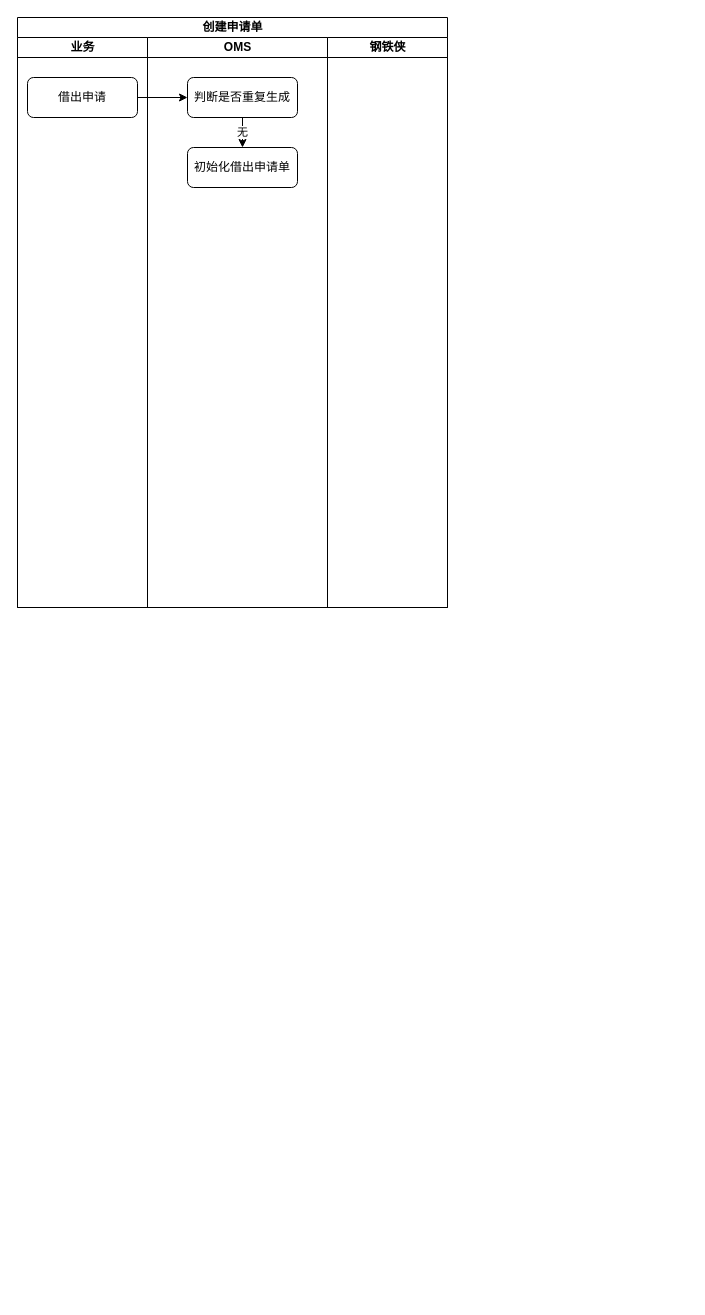
Earlier version of the draw.io diagram OMS对接借出业务.drawio (yz19930826/pics). Source tidied: cells renumbered, new cells numbered last; positions are measured from the earlier drawing's top-left corner, leaving out a move shared by most shapes. Both pictures are drawn from the tidied source at 100%, with x=0, y=0 at pixel (17, 17).
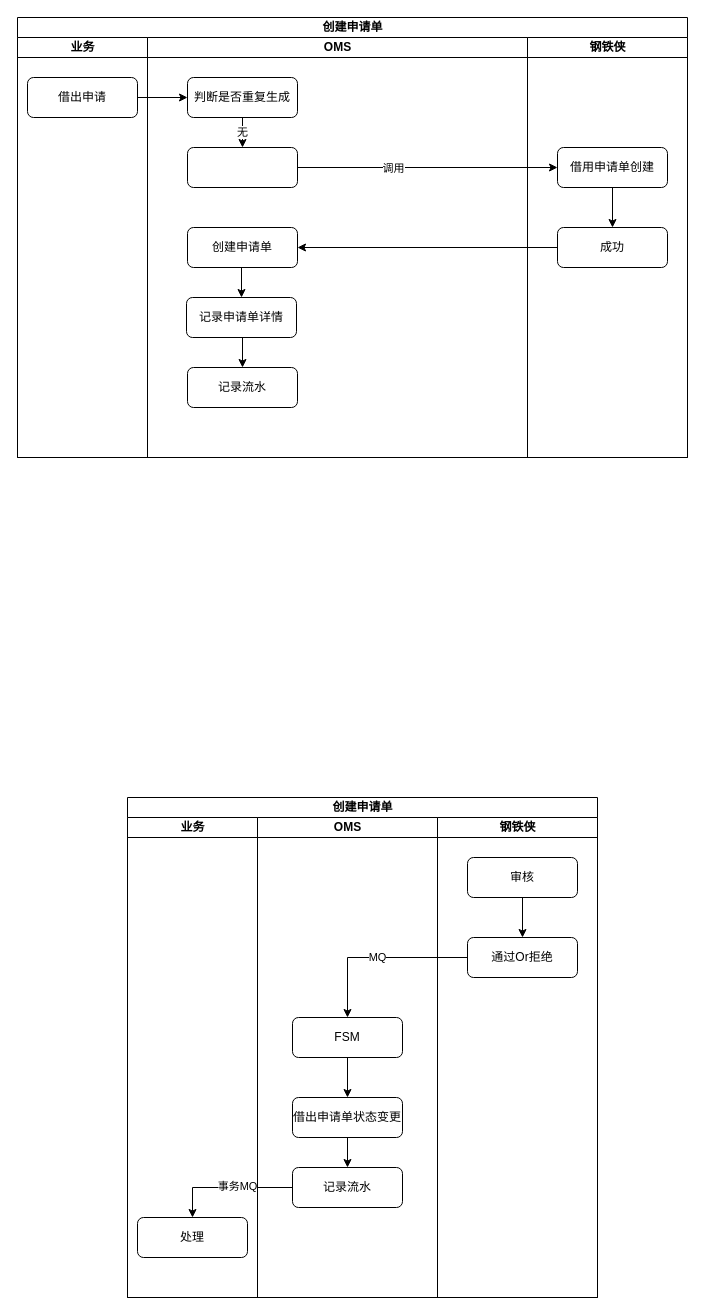
Above is the later version.

Commit message (it also covers changes not shown here):
Update OMS对接借出业务.drawio

What changed in the source:
```diff
@@
     <mxCell id="2" value="创建申请单" style="swimlane;html=1;startSize=20;rounded=0;sketch=0;" parent="1" vertex="1">
-      <mxGeometry width="430" height="590" as="geometry" />
+      <mxGeometry width="670" height="440" as="geometry" />
     </mxCell>
     <mxCell id="3" value="业务" style="swimlane;html=1;startSize=20;" parent="2" vertex="1">
-      <mxGeometry y="20" width="130" height="570" as="geometry" />
+      <mxGeometry y="20" width="130" height="420" as="geometry" />
     </mxCell>
@@
     <mxCell id="5" value="OMS" style="swimlane;html=1;startSize=20;" parent="2" vertex="1">
-      <mxGeometry x="130" y="20" width="180" height="570" as="geometry" />
+      <mxGeometry x="130" y="20" width="380" height="420" as="geometry" />
     </mxCell>
@@
-    <mxCell id="7" value="初始化借出申请单" style="rounded=1;whiteSpace=wrap;html=1;sketch=0;" parent="5" vertex="1">
+    <mxCell id="7" style="rounded=1;whiteSpace=wrap;html=1;sketch=0;" parent="5" vertex="1">
       <mxGeometry x="40" y="110" width="110" height="40" as="geometry" />
     </mxCell>
@@
+    <mxCell id="11" style="edgeStyle=orthogonalEdgeStyle;rounded=0;sketch=0;jettySize=auto;html=1;exitX=0.5;exitY=1;exitDx=0;exitDy=0;entryX=0.5;entryY=0;entryDx=0;entryDy=0;strokeColor=#000000;" parent="5" edge="1" source="12" target="15">
+      <mxGeometry relative="1" as="geometry" />
+    </mxCell>
+    <mxCell id="12" value="创建申请单" style="rounded=1;whiteSpace=wrap;html=1;sketch=0;" parent="5" vertex="1">
+      <mxGeometry x="40" y="190" width="110" height="40" as="geometry" />
+    </mxCell>
+    <mxCell id="13" value="记录流水" style="rounded=1;whiteSpace=wrap;html=1;sketch=0;" parent="5" vertex="1">
+      <mxGeometry x="40" y="330" width="110" height="40" as="geometry" />
+    </mxCell>
+    <mxCell id="14" style="edgeStyle=orthogonalEdgeStyle;rounded=0;sketch=0;jettySize=auto;html=1;exitX=0.5;exitY=1;exitDx=0;exitDy=0;entryX=0.5;entryY=0;entryDx=0;entryDy=0;strokeColor=#000000;" parent="5" edge="1" source="15" target="13">
+      <mxGeometry relative="1" as="geometry" />
+    </mxCell>
+    <mxCell id="15" value="记录申请单详情" style="rounded=1;whiteSpace=wrap;html=1;sketch=0;" parent="5" vertex="1">
+      <mxGeometry x="39" y="260" width="110" height="40" as="geometry" />
+    </mxCell>
     <mxCell id="9" value="钢铁侠" style="swimlane;html=1;startSize=20;" parent="2" vertex="1">
-      <mxGeometry x="310" y="20" width="120" height="570" as="geometry" />
+      <mxGeometry x="510" y="20" width="160" height="420" as="geometry" />
     </mxCell>
+    <mxCell id="16" value="借用申请单创建" style="rounded=1;whiteSpace=wrap;html=1;sketch=0;" parent="9" vertex="1">
+      <mxGeometry x="30" y="110" width="110" height="40" as="geometry" />
+    </mxCell>
+    <mxCell id="17" value="成功" style="rounded=1;whiteSpace=wrap;html=1;sketch=0;" parent="9" vertex="1">
+      <mxGeometry x="30" y="190" width="110" height="40" as="geometry" />
+    </mxCell>
+    <mxCell id="18" style="edgeStyle=orthogonalEdgeStyle;rounded=0;sketch=0;jettySize=auto;html=1;strokeColor=#000000;" parent="9" edge="1" source="16" target="17">
+      <mxGeometry relative="1" as="geometry" />
+    </mxCell>
@@
+    <mxCell id="19" style="edgeStyle=orthogonalEdgeStyle;rounded=0;sketch=0;jettySize=auto;html=1;strokeColor=#000000;" parent="2" edge="1" source="7" target="16">
+      <mxGeometry relative="1" as="geometry" />
+    </mxCell>
+    <mxCell id="20" value="调用" style="edgeLabel;html=1;align=center;verticalAlign=middle;" parent="19" vertex="1">
+      <mxGeometry x="-0.27" relative="1" as="geometry" />
+    </mxCell>
+    <mxCell id="21" style="edgeStyle=orthogonalEdgeStyle;rounded=0;sketch=0;jettySize=auto;html=1;strokeColor=#000000;" parent="2" edge="1" source="17" target="12">
+      <mxGeometry relative="1" as="geometry" />
+    </mxCell>
+    <mxCell id="22" value="创建申请单" style="swimlane;html=1;startSize=20;rounded=0;sketch=0;" parent="1" vertex="1">
+      <mxGeometry x="110" y="780" width="470" height="500" as="geometry" />
+    </mxCell>
+    <mxCell id="23" value="业务" style="swimlane;html=1;startSize=20;" parent="22" vertex="1">
+      <mxGeometry y="20" width="130" height="480" as="geometry" />
+    </mxCell>
+    <mxCell id="24" value="处理" style="rounded=1;whiteSpace=wrap;html=1;sketch=0;" parent="23" vertex="1">
+      <mxGeometry x="10" y="400" width="110" height="40" as="geometry" />
+    </mxCell>
+    <mxCell id="25" value="OMS" style="swimlane;html=1;startSize=20;" parent="22" vertex="1">
+      <mxGeometry x="130" y="20" width="180" height="480" as="geometry" />
+    </mxCell>
+    <mxCell id="26" value="FSM" style="rounded=1;whiteSpace=wrap;html=1;sketch=0;" parent="25" vertex="1">
+      <mxGeometry x="35" y="200" width="110" height="40" as="geometry" />
+    </mxCell>
+    <mxCell id="27" value="借出申请单状态变更" style="rounded=1;whiteSpace=wrap;html=1;sketch=0;" parent="25" vertex="1">
+      <mxGeometry x="35" y="280" width="110" height="40" as="geometry" />
+    </mxCell>
+    <mxCell id="28" style="edgeStyle=orthogonalEdgeStyle;rounded=0;sketch=0;jettySize=auto;html=1;strokeColor=#000000;" parent="25" edge="1" source="26" target="27">
+      <mxGeometry relative="1" as="geometry" />
+    </mxCell>
+    <mxCell id="29" value="记录流水" style="rounded=1;whiteSpace=wrap;html=1;sketch=0;" parent="25" vertex="1">
+      <mxGeometry x="35" y="350" width="110" height="40" as="geometry" />
+    </mxCell>
+    <mxCell id="30" style="edgeStyle=orthogonalEdgeStyle;rounded=0;sketch=0;jettySize=auto;html=1;strokeColor=#000000;" parent="25" edge="1" source="27" target="29">
+      <mxGeometry relative="1" as="geometry" />
+    </mxCell>
+    <mxCell id="31" value="钢铁侠" style="swimlane;html=1;startSize=20;" parent="22" vertex="1">
+      <mxGeometry x="310" y="20" width="160" height="480" as="geometry" />
+    </mxCell>
+    <mxCell id="32" value="审核" style="rounded=1;whiteSpace=wrap;html=1;sketch=0;" parent="31" vertex="1">
+      <mxGeometry x="30" y="40" width="110" height="40" as="geometry" />
+    </mxCell>
+    <mxCell id="33" value="通过Or拒绝" style="rounded=1;whiteSpace=wrap;html=1;sketch=0;" parent="31" vertex="1">
+      <mxGeometry x="30" y="120" width="110" height="40" as="geometry" />
+    </mxCell>
+    <mxCell id="34" style="edgeStyle=orthogonalEdgeStyle;rounded=0;sketch=0;jettySize=auto;html=1;strokeColor=#000000;" parent="31" edge="1" source="32" target="33">
+      <mxGeometry relative="1" as="geometry" />
+    </mxCell>
+    <mxCell id="35" value="MQ" style="edgeStyle=orthogonalEdgeStyle;rounded=0;sketch=0;jettySize=auto;html=1;exitX=0;exitY=0.5;exitDx=0;exitDy=0;entryX=0.5;entryY=0;entryDx=0;entryDy=0;strokeColor=#000000;" parent="22" edge="1" source="33" target="26">
+      <mxGeometry relative="1" as="geometry" />
+    </mxCell>
+    <mxCell id="36" style="edgeStyle=orthogonalEdgeStyle;rounded=0;sketch=0;jettySize=auto;html=1;strokeColor=#000000;" parent="22" edge="1" source="29" target="24">
+      <mxGeometry relative="1" as="geometry" />
+    </mxCell>
+    <mxCell id="37" value="事务MQ" style="edgeLabel;html=1;align=center;verticalAlign=middle;" parent="36" vertex="1">
+      <mxGeometry x="-0.14" y="-2" relative="1" as="geometry" />
+    </mxCell>
```
